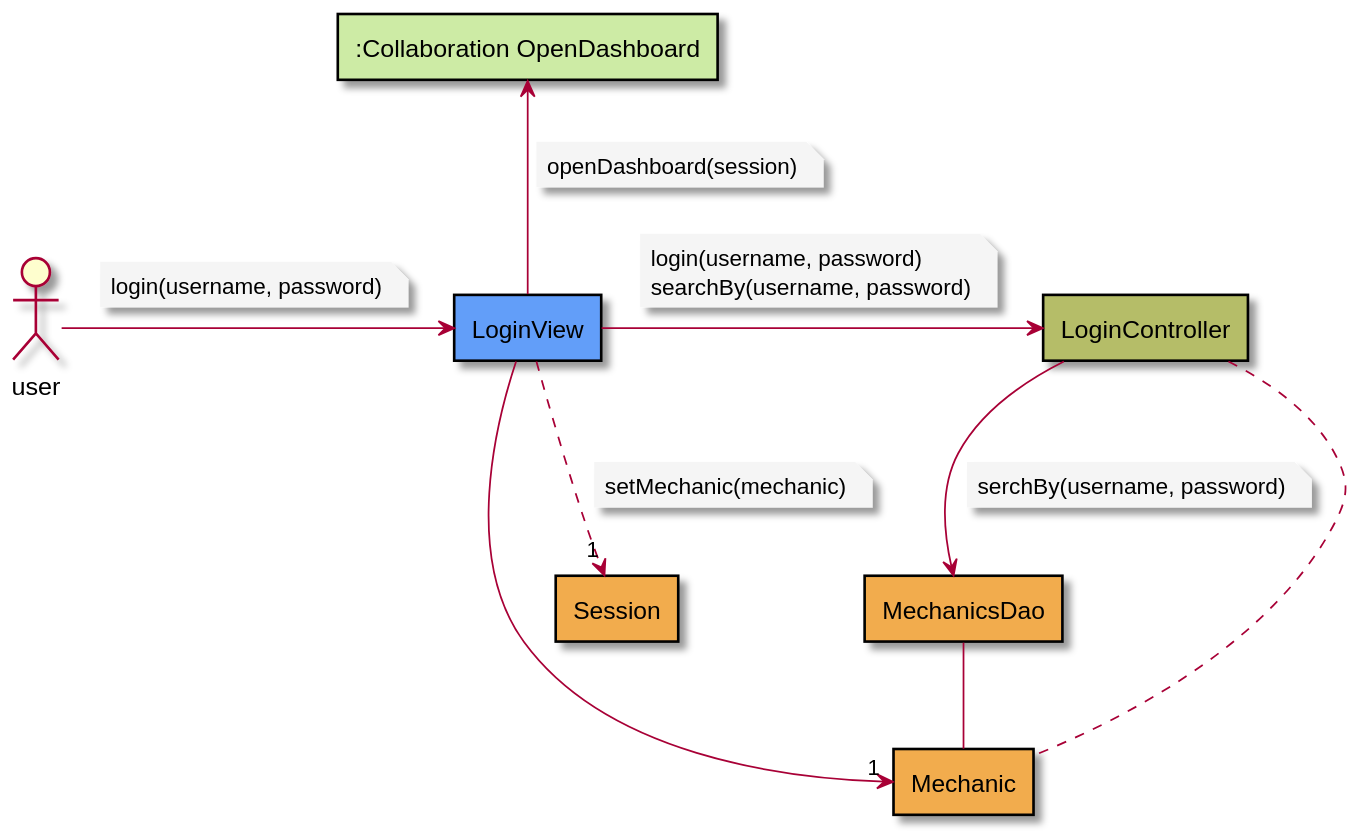
Ruskab/agrimManager keeps this PlantUML diagram as documentation/2analysisview/usecaseanalysis/collaboration/svg/login.svg. Above is the earlier version.
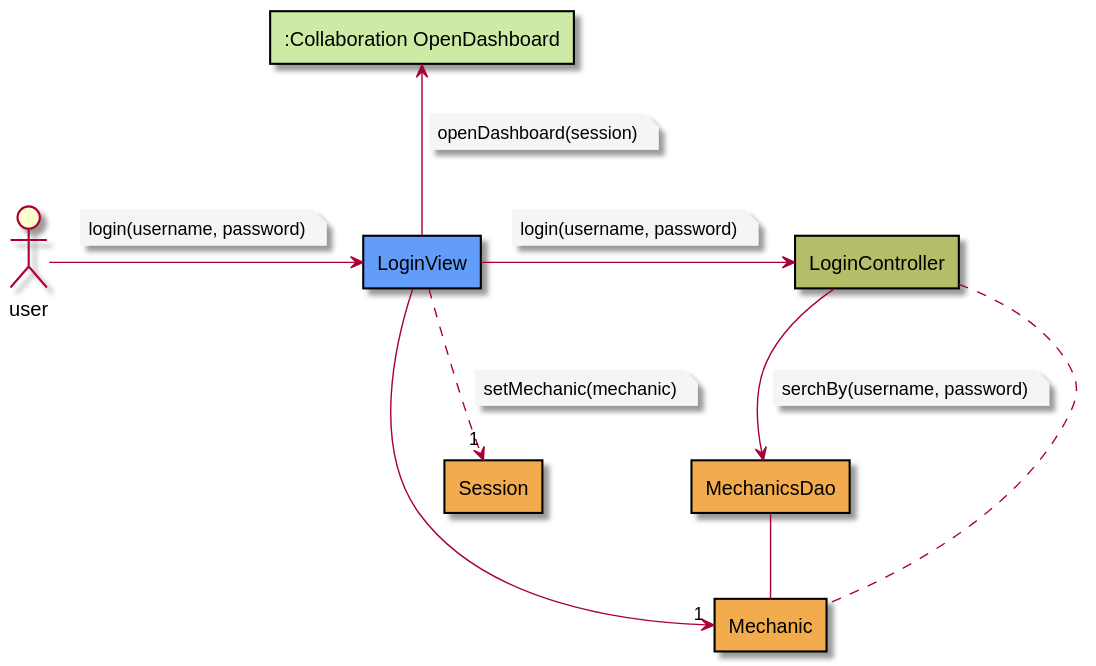
Later version of the same file.

What changed in the source:
```diff
@@ -25,7 +25,6 @@
 LoginView -right-> LoginController
 note on link
     login(username, password)
-    searchBy(username, password)
 end note
 
 LoginView -up-> OpenDashboard
```
